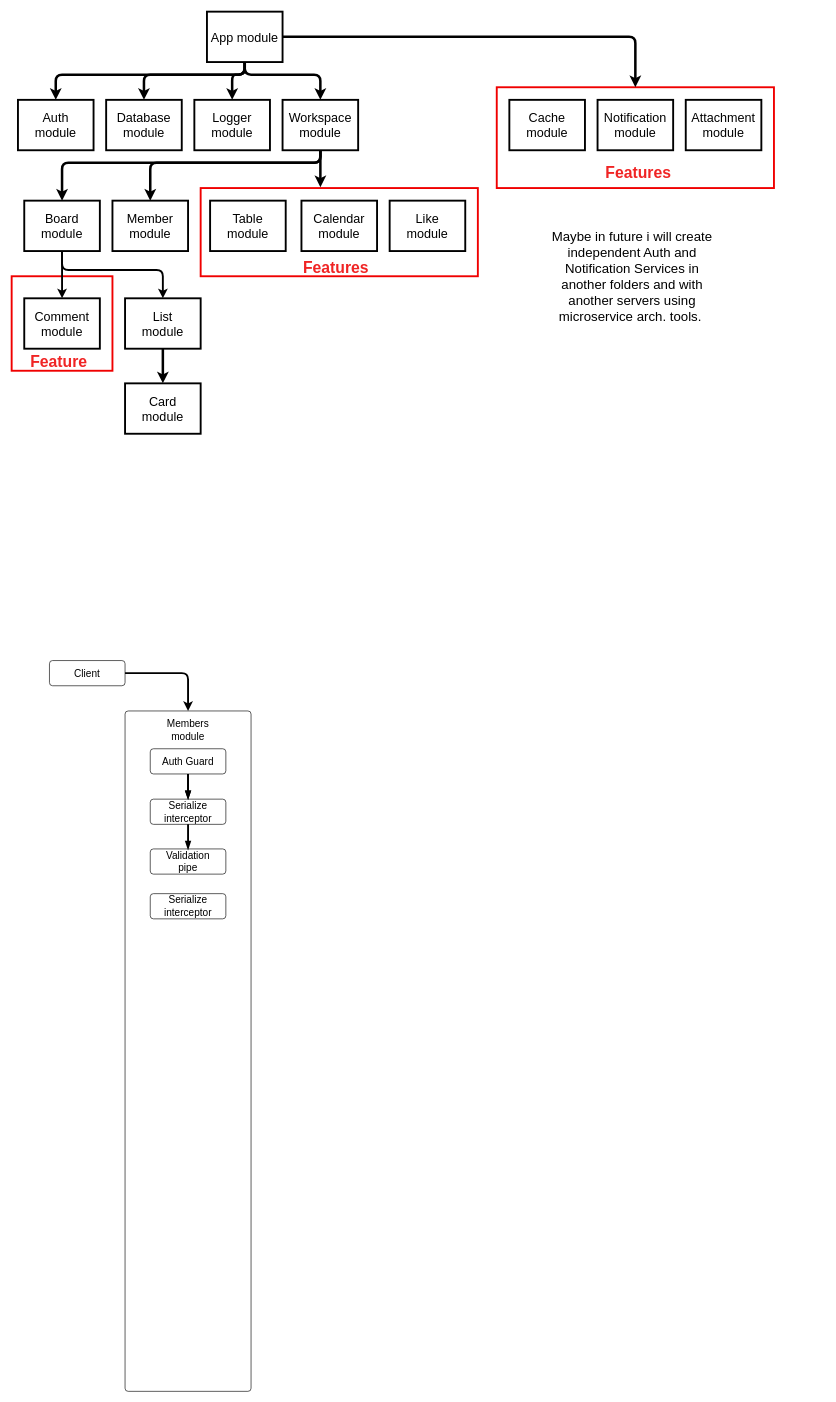
Neodast/Tasky keeps this draw.io diagram as page "BACKEND" (2 of 3) of project.drawio. Above is the earlier version. Source tidied: cells renumbered, new cells numbered last; positions are measured from the earlier drawing's top-left corner, leaving out a move shared by most shapes. Both pictures are drawn from the tidied source at 63%, with x=0, y=0 at pixel (11, 11).
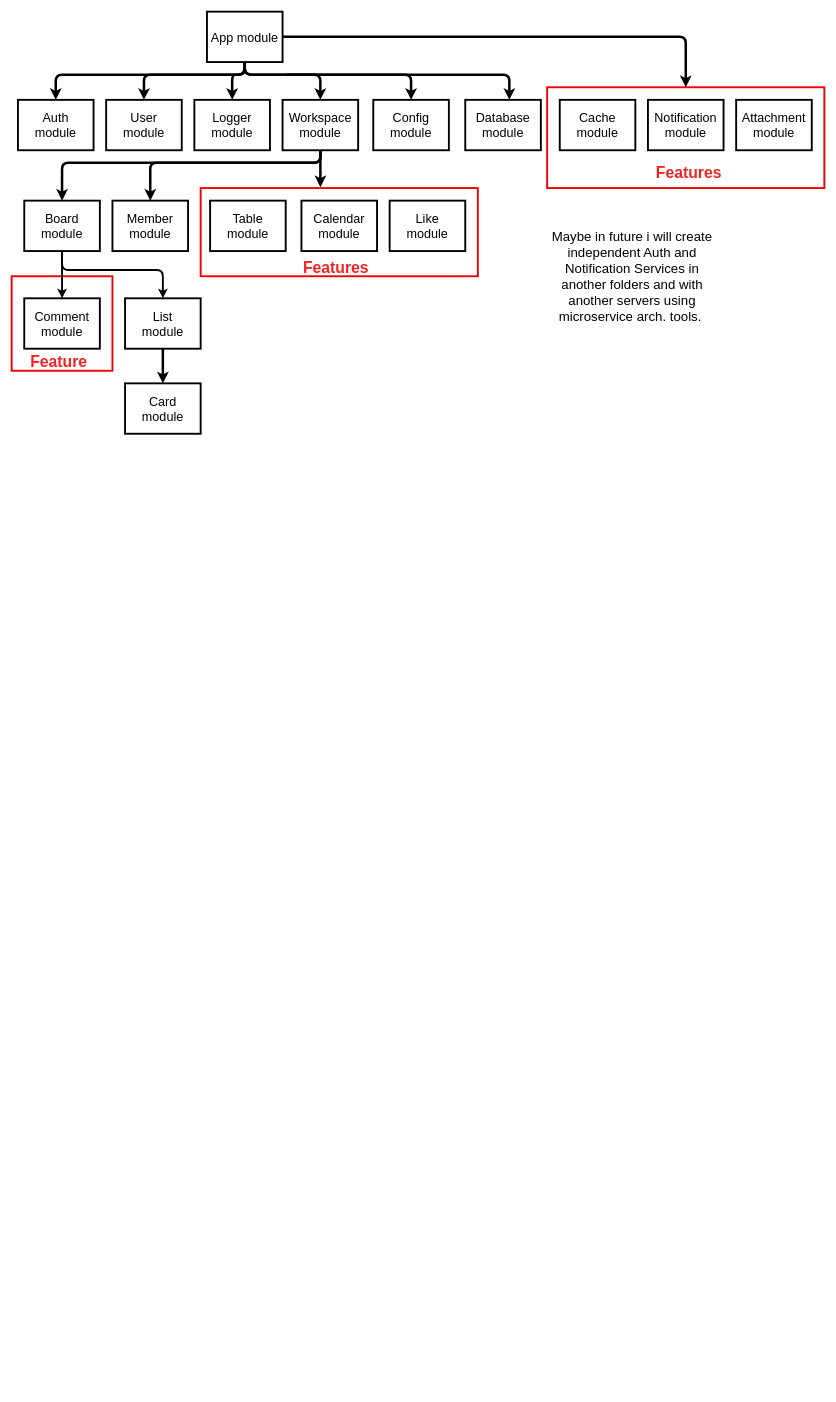
The same page after the edit.

Unchanged cells that the change refers to:
```xml
<mxCell id="14" value="App module" style="rounded=0;whiteSpace=wrap;html=1;fontSize=20;strokeWidth=3;" parent="1" vertex="1">
  <mxGeometry x="310" width="120" height="80" as="geometry" />
</mxCell>
```

Change to the diagram source:
```diff
@@
     <mxCell id="2" style="rounded=0;whiteSpace=wrap;html=1;strokeWidth=3;fillColor=none;strokeColor=#F00000;" parent="1" vertex="1">
-      <mxGeometry x="770" y="120" width="440" height="160" as="geometry" />
+      <mxGeometry x="850" y="120" width="440" height="160" as="geometry" />
     </mxCell>
@@
     <mxCell id="10" style="edgeStyle=orthogonalEdgeStyle;html=1;strokeWidth=4;fontSize=20;startArrow=none;startFill=0;endArrow=classic;endFill=1;" parent="1" edge="1" source="14" target="22">
       <mxGeometry relative="1" as="geometry">
         <Array as="points">
           <mxPoint x="370" y="100" />
-          <mxPoint x="210" y="100" />
+          <mxPoint x="790" y="100" />
         </Array>
       </mxGeometry>
     </mxCell>
@@
+    <mxCell id="52" style="edgeStyle=elbowEdgeStyle;html=1;entryX=0.5;entryY=0;entryDx=0;entryDy=0;strokeWidth=4;" parent="1" edge="1" target="54">
+      <mxGeometry relative="1" as="geometry">
+        <mxPoint x="436" y="100" as="sourcePoint" />
+        <Array as="points">
+          <mxPoint x="634" y="120" />
+        </Array>
+      </mxGeometry>
+    </mxCell>
+    <mxCell id="53" style="edgeStyle=orthogonalEdgeStyle;html=1;entryX=0.5;entryY=0;entryDx=0;entryDy=0;strokeWidth=4;exitX=0.5;exitY=1;exitDx=0;exitDy=0;" parent="1" edge="1" source="14" target="55">
+      <mxGeometry relative="1" as="geometry">
+        <Array as="points">
+          <mxPoint x="370" y="100" />
+          <mxPoint x="210" y="100" />
+        </Array>
+      </mxGeometry>
+    </mxCell>
@@
     <mxCell id="22" value="Database module" style="rounded=0;whiteSpace=wrap;html=1;fontSize=20;horizontal=1;strokeWidth=3;" parent="1" vertex="1">
-      <mxGeometry x="150" y="140" width="120" height="80" as="geometry" />
+      <mxGeometry x="720" y="140" width="120" height="80" as="geometry" />
     </mxCell>
@@
     <mxCell id="26" value="Cache&lt;br&gt;module" style="rounded=0;whiteSpace=wrap;html=1;fontSize=20;horizontal=1;strokeWidth=3;" parent="1" vertex="1">
-      <mxGeometry x="790" y="140" width="120" height="80" as="geometry" />
+      <mxGeometry x="870" y="140" width="120" height="80" as="geometry" />
     </mxCell>
@@
     <mxCell id="28" value="&lt;font color=&quot;#f02424&quot; size=&quot;1&quot; style=&quot;&quot;&gt;&lt;b style=&quot;font-size: 25px;&quot;&gt;Features&lt;/b&gt;&lt;/font&gt;" style="text;html=1;strokeColor=none;fillColor=none;align=center;verticalAlign=middle;whiteSpace=wrap;rounded=0;strokeWidth=3;" parent="1" vertex="1">
-      <mxGeometry x="930" y="240" width="130" height="30" as="geometry" />
+      <mxGeometry x="1010" y="240" width="130" height="30" as="geometry" />
     </mxCell>
-    <mxCell id="29" style="group;strokeWidth=3;rounded=1;shadow=1;glass=0;fontSize=12;" parent="1" vertex="1">
-      <mxGeometry x="60" y="1030" width="120" height="40" as="geometry" />
-    </mxCell>
-    <mxCell id="30" value="&lt;div style=&quot;font-size: 16px;&quot;&gt;Client&lt;/div&gt;" style="html=1;shadow=0;dashed=0;shape=mxgraph.bootstrap.rrect;rSize=5;html=1;whiteSpace=wrap;verticalAlign=middle;align=center;spacing=20;fontSize=16;perimeterSpacing=0;strokeWidth=1;fillStyle=solid;" parent="29" vertex="1">
-      <mxGeometry width="120" height="40" as="geometry" />
-    </mxCell>
-    <mxCell id="31" value="&lt;div style=&quot;font-size: 16px;&quot;&gt;&lt;br&gt;&lt;/div&gt;" style="html=1;shadow=0;dashed=0;shape=mxgraph.bootstrap.rrect;rSize=5;html=1;whiteSpace=wrap;verticalAlign=middle;align=center;spacing=20;fontSize=16;perimeterSpacing=0;strokeWidth=1;fillStyle=solid;" parent="1" vertex="1">
-      <mxGeometry x="180" y="1110" width="200" height="1080" as="geometry" />
-    </mxCell>
-    <mxCell id="32" style="group;strokeWidth=3;rounded=1;shadow=1;glass=0;fontSize=12;" parent="1" vertex="1">
-      <mxGeometry x="220" y="1170" width="120" height="40" as="geometry" />
-    </mxCell>
-    <mxCell id="33" value="&lt;div style=&quot;font-size: 16px;&quot;&gt;Auth Guard&lt;/div&gt;" style="html=1;shadow=0;dashed=0;shape=mxgraph.bootstrap.rrect;rSize=5;html=1;whiteSpace=wrap;verticalAlign=middle;align=center;spacing=20;fontSize=16;perimeterSpacing=0;strokeWidth=1;fillStyle=solid;" parent="32" vertex="1">
-      <mxGeometry width="120" height="40" as="geometry" />
-    </mxCell>
-    <mxCell id="34" value="Members module" style="text;html=1;strokeColor=none;fillColor=none;align=center;verticalAlign=middle;whiteSpace=wrap;rounded=0;fontSize=16;" parent="1" vertex="1">
-      <mxGeometry x="245" y="1120" width="70" height="40" as="geometry" />
-    </mxCell>
-    <mxCell id="35" style="edgeStyle=orthogonalEdgeStyle;html=1;fontSize=16;entryX=0.5;entryY=0;entryDx=0;entryDy=0;entryPerimeter=0;strokeWidth=3;" parent="1" edge="1" source="30" target="31">
-      <mxGeometry relative="1" as="geometry">
-        <Array as="points">
-          <mxPoint x="280" y="1050" />
-        </Array>
-      </mxGeometry>
-    </mxCell>
-    <mxCell id="36" style="group;strokeWidth=3;rounded=1;shadow=1;glass=0;fontSize=12;" parent="1" vertex="1">
-      <mxGeometry x="220" y="1250" width="120" height="40" as="geometry" />
-    </mxCell>
-    <mxCell id="37" value="&lt;div style=&quot;font-size: 16px;&quot;&gt;Seri&lt;span style=&quot;background-color: initial;&quot;&gt;alize interceptor&lt;/span&gt;&lt;/div&gt;" style="html=1;shadow=0;dashed=0;shape=mxgraph.bootstrap.rrect;rSize=5;html=1;whiteSpace=wrap;verticalAlign=middle;align=center;spacing=20;fontSize=16;perimeterSpacing=0;strokeWidth=1;fillStyle=solid;" parent="36" vertex="1">
-      <mxGeometry width="120" height="40" as="geometry" />
-    </mxCell>
-    <mxCell id="38" style="edgeStyle=orthogonalEdgeStyle;html=1;entryX=0.5;entryY=0;entryDx=0;entryDy=0;entryPerimeter=0;strokeWidth=3;fontSize=16;endArrow=blockThin;endFill=1;" parent="1" edge="1" source="33" target="37">
-      <mxGeometry relative="1" as="geometry" />
-    </mxCell>
-    <mxCell id="39" style="group;strokeWidth=3;rounded=1;shadow=1;glass=0;fontSize=12;" parent="1" vertex="1">
-      <mxGeometry x="220" y="1329" width="120" height="40" as="geometry" />
-    </mxCell>
-    <mxCell id="40" value="&lt;div style=&quot;font-size: 16px;&quot;&gt;Validation pipe&lt;/div&gt;" style="html=1;shadow=0;dashed=0;shape=mxgraph.bootstrap.rrect;rSize=5;html=1;whiteSpace=wrap;verticalAlign=middle;align=center;spacing=20;fontSize=16;perimeterSpacing=0;strokeWidth=1;fillStyle=solid;" parent="39" vertex="1">
-      <mxGeometry width="120" height="40" as="geometry" />
-    </mxCell>
-    <mxCell id="41" style="edgeStyle=orthogonalEdgeStyle;html=1;strokeWidth=3;fontSize=16;endArrow=blockThin;endFill=1;" parent="1" edge="1" source="37">
-      <mxGeometry relative="1" as="geometry">
-        <mxPoint x="280" y="1330" as="targetPoint" />
-      </mxGeometry>
-    </mxCell>
-    <mxCell id="42" style="edgeStyle=orthogonalEdgeStyle;html=1;strokeWidth=3;fontSize=16;endArrow=blockThin;endFill=1;" parent="1" edge="1" source="33" target="37">
-      <mxGeometry relative="1" as="geometry" />
-    </mxCell>
-    <mxCell id="43" style="group;strokeWidth=3;rounded=1;shadow=1;glass=0;fontSize=12;" parent="1" vertex="1">
-      <mxGeometry x="220" y="1400" width="120" height="40" as="geometry" />
-    </mxCell>
-    <mxCell id="44" value="&lt;div style=&quot;font-size: 16px;&quot;&gt;Seri&lt;span style=&quot;background-color: initial;&quot;&gt;alize interceptor&lt;/span&gt;&lt;/div&gt;" style="html=1;shadow=0;dashed=0;shape=mxgraph.bootstrap.rrect;rSize=5;html=1;whiteSpace=wrap;verticalAlign=middle;align=center;spacing=20;fontSize=16;perimeterSpacing=0;strokeWidth=1;fillStyle=solid;" parent="43" vertex="1">
-      <mxGeometry width="120" height="40" as="geometry" />
-    </mxCell>
@@
     <mxCell id="49" value="Notification&lt;br&gt;module" style="rounded=0;whiteSpace=wrap;html=1;fontSize=20;horizontal=1;strokeWidth=3;" parent="1" vertex="1">
-      <mxGeometry x="930" y="140" width="120" height="80" as="geometry" />
+      <mxGeometry x="1010" y="140" width="120" height="80" as="geometry" />
     </mxCell>
     <mxCell id="50" value="Attachment&lt;br&gt;module" style="rounded=0;whiteSpace=wrap;html=1;fontSize=20;horizontal=1;strokeWidth=3;" parent="1" vertex="1">
-      <mxGeometry x="1070" y="140" width="120" height="80" as="geometry" />
+      <mxGeometry x="1150" y="140" width="120" height="80" as="geometry" />
     </mxCell>
@@
+    <mxCell id="54" value="Config&lt;br&gt;module" style="rounded=0;whiteSpace=wrap;html=1;fontSize=20;horizontal=1;strokeWidth=3;" parent="1" vertex="1">
+      <mxGeometry x="574" y="140" width="120" height="80" as="geometry" />
+    </mxCell>
+    <mxCell id="55" value="User&lt;br&gt;module" style="rounded=0;whiteSpace=wrap;html=1;fontSize=20;horizontal=1;strokeWidth=3;" parent="1" vertex="1">
+      <mxGeometry x="150" y="140" width="120" height="80" as="geometry" />
+    </mxCell>
```
